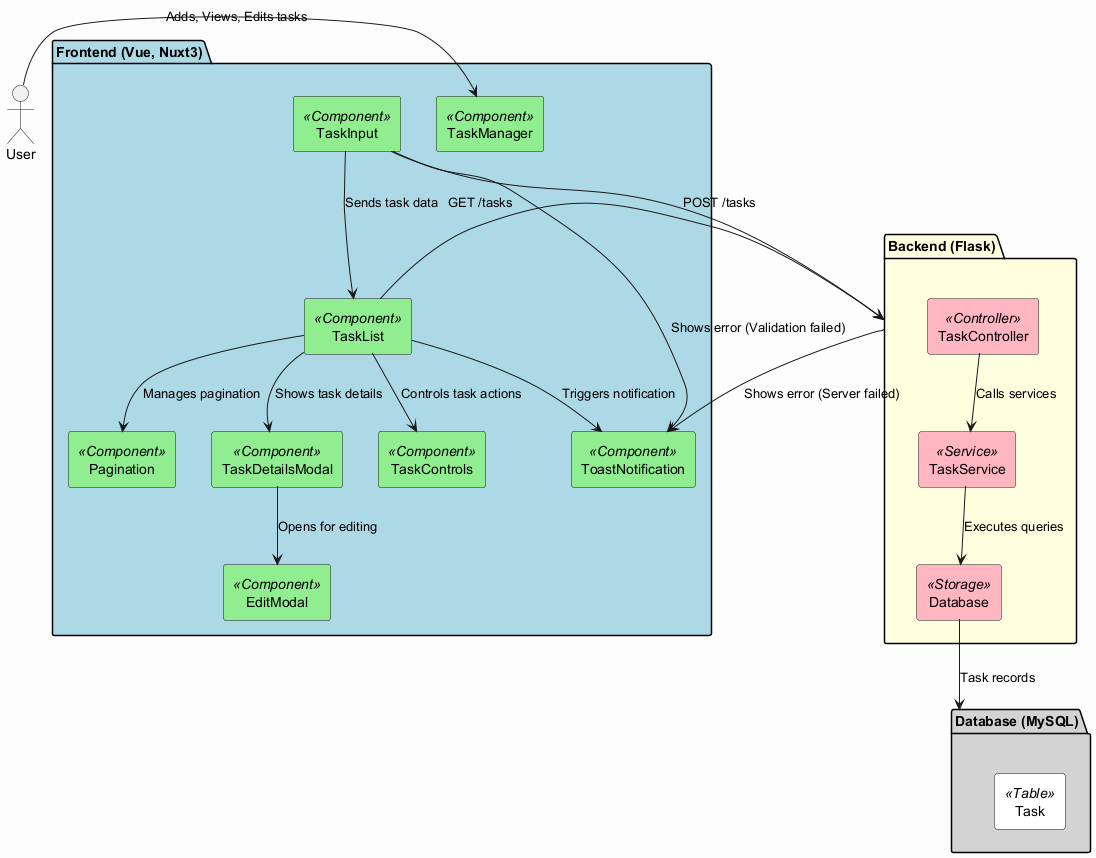
Above: docs/images/TaskManagementArchitectureDiagram.png in Takayuki-Suda/nuxt-todo-app-document (PlantUML), before the change. Source of this version:
```plantuml
@startuml
skinparam monochrome false
skinparam componentStyle rectangle
skinparam backgroundColor #fdfdfd

package "Frontend (Vue, Nuxt3)" #LightBlue {
    [TaskInput] as taskInput <<Component>> #LightGreen
    [TaskList] as taskList <<Component>> #LightGreen
    [Pagination] as pagination <<Component>> #LightGreen
    [TaskDetailsModal] as detailsModal <<Component>> #LightGreen
    [TaskControls] as taskControls <<Component>> #LightGreen
    [EditModal] as editModal <<Component>> #LightGreen
    [ToastNotification] as toast <<Component>> #LightGreen

    [TaskManager] as taskManager <<Component>> #LightGreen
}

actor User
User -> taskManager : Adds, Views, Edits tasks

taskInput --> [Backend (Flask)] : POST /tasks
taskList --> [Backend (Flask)] : GET /tasks

package "Backend (Flask)" #LightYellow {
    [TaskController] as taskController <<Controller>> #LightPink
    [TaskService] as taskService <<Service>> #LightPink
    [Database] as database <<Storage>> #LightPink
}

taskController --> taskService : Calls services
taskService --> database : Executes queries

database --> [Database (MySQL)] : Task records

package "Database (MySQL)" #LightGray {
    [Task] <<Table>> #White
}

taskInput --> taskList : Sends task data
taskList --> pagination : Manages pagination
taskList --> detailsModal : Shows task details
detailsModal --> editModal : Opens for editing
taskList --> taskControls : Controls task actions
taskList --> toast : Triggers notification

taskInput --> toast : Shows error (Validation failed)
[Backend (Flask)] --> toast : Shows error (Server failed)
@enduml
```
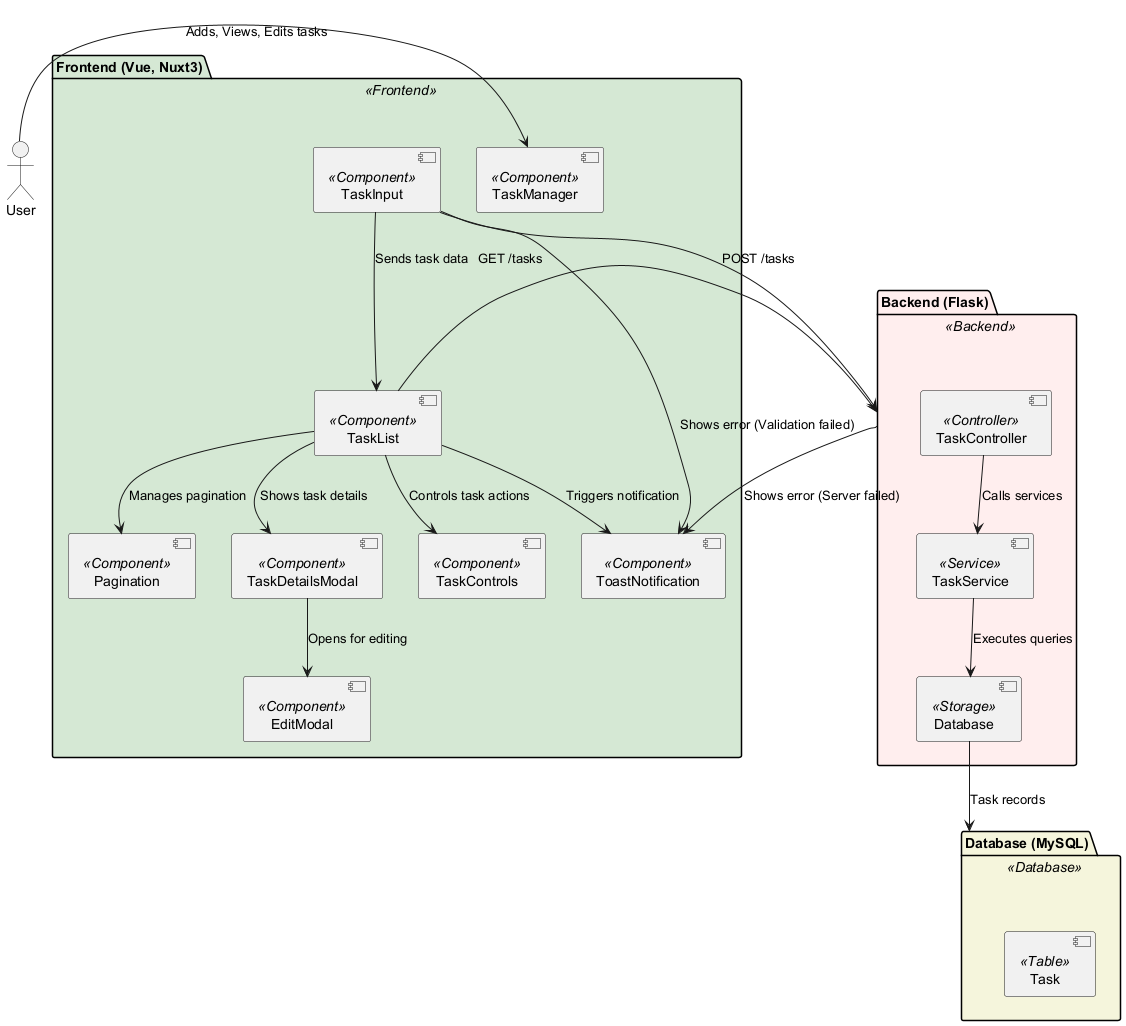
The same file after the commit.

Commit message:
feat: TaskManagementArchitectureDiagram.puml の色を修正し、視覚的な整合性を向上させました

- Frontend、Backend、Database パッケージの背景色を修正
  - Frontend: #D5E8D4
  - Backend: #FFEEEE
  - Database: #F5F5DC
- 他の画像とのカラーコーディングの整合性を取るために修正

What changed in the source:
```diff
@@ -1,18 +1,22 @@
 @startuml
-skinparam monochrome false
-skinparam componentStyle rectangle
-skinparam backgroundColor #fdfdfd
 
-package "Frontend (Vue, Nuxt3)" #LightBlue {
-    [TaskInput] as taskInput <<Component>> #LightGreen
-    [TaskList] as taskList <<Component>> #LightGreen
-    [Pagination] as pagination <<Component>> #LightGreen
-    [TaskDetailsModal] as detailsModal <<Component>> #LightGreen
-    [TaskControls] as taskControls <<Component>> #LightGreen
-    [EditModal] as editModal <<Component>> #LightGreen
-    [ToastNotification] as toast <<Component>> #LightGreen
 
-    [TaskManager] as taskManager <<Component>> #LightGreen
+skinparam package {
+    BackgroundColor<<Frontend>> #D5E8D4
+    BackgroundColor<<Backend>> #FFEEEE
+    BackgroundColor<<Database>> #F5F5DC
+    BorderColor black
+}
+
+package "Frontend (Vue, Nuxt3)" <<Frontend>> {
+    [TaskInput] as taskInput <<Component>>
+    [TaskList] as taskList <<Component>>
+    [Pagination] as pagination <<Component>>
+    [TaskDetailsModal] as detailsModal <<Component>>
+    [TaskControls] as taskControls <<Component>>
+    [EditModal] as editModal <<Component>>
+    [ToastNotification] as toast <<Component>>
+    [TaskManager] as taskManager <<Component>>
 }
 
 actor User
@@ -21,10 +25,10 @@
 taskInput --> [Backend (Flask)] : POST /tasks
 taskList --> [Backend (Flask)] : GET /tasks
 
-package "Backend (Flask)" #LightYellow {
-    [TaskController] as taskController <<Controller>> #LightPink
-    [TaskService] as taskService <<Service>> #LightPink
-    [Database] as database <<Storage>> #LightPink
+package "Backend (Flask)" <<Backend>> {
+    [TaskController] as taskController <<Controller>>
+    [TaskService] as taskService <<Service>>
+    [Database] as database <<Storage>>
 }
 
 taskController --> taskService : Calls services
@@ -32,8 +36,8 @@
 
 database --> [Database (MySQL)] : Task records
 
-package "Database (MySQL)" #LightGray {
-    [Task] <<Table>> #White
+package "Database (MySQL)" <<Database>> {
+    [Task] <<Table>>
 }
 
 taskInput --> taskList : Sends task data
```
